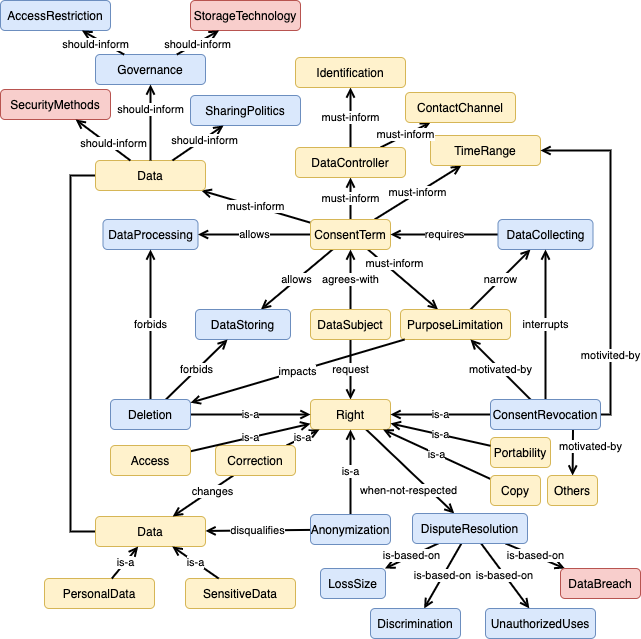
The draw.io diagram img/DataBreachImpact.png in phalves/GoDReP, before a commit. Source tidied: cells renumbered, new cells last; positions are measured from the earlier drawing's top-left corner, leaving out a move shared by most shapes.
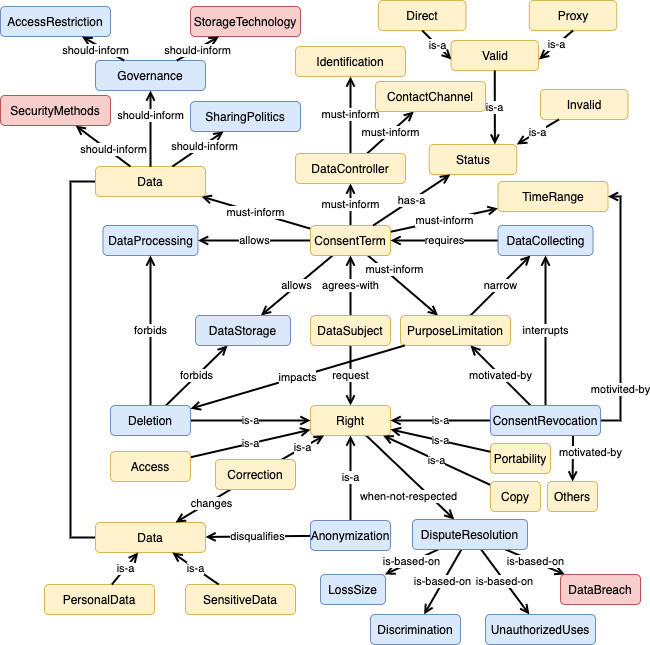
After the commit.

Commit message:
Updating the scenario impact images

The edit, as a diff of the source:
```diff
@@ -33,7 +33,7 @@
       <mxGeometry x="400" y="309" width="110" height="30" as="geometry" />
     </mxCell>
     <mxCell id="12" value="TimeRange" style="rounded=1;whiteSpace=wrap;html=1;fillColor=#fff2cc;strokeColor=#d6b656;" parent="1" vertex="1">
-      <mxGeometry x="430" y="135" width="110" height="30" as="geometry" />
+      <mxGeometry x="497.5" y="175" width="110" height="30" as="geometry" />
     </mxCell>
     <mxCell id="13" value="must-inform" style="edgeStyle=none;rounded=0;jettySize=auto;html=1;endArrow=open;endFill=0;strokeWidth=2;" parent="1" edge="1" source="15" target="19">
       <mxGeometry relative="1" as="geometry" />
@@ -59,10 +59,10 @@
       <mxGeometry relative="1" as="geometry" />
     </mxCell>
     <mxCell id="19" value="Identification" style="rounded=1;whiteSpace=wrap;html=1;fillColor=#fff2cc;strokeColor=#d6b656;" parent="1" vertex="1">
-      <mxGeometry x="295" y="57" width="110" height="30" as="geometry" />
+      <mxGeometry x="295" y="40" width="110" height="30" as="geometry" />
     </mxCell>
     <mxCell id="20" value="ContactChannel" style="rounded=1;whiteSpace=wrap;html=1;fillColor=#fff2cc;strokeColor=#d6b656;" parent="1" vertex="1">
-      <mxGeometry x="405" y="92" width="110" height="30" as="geometry" />
+      <mxGeometry x="375" y="75" width="110" height="30" as="geometry" />
     </mxCell>
     <mxCell id="21" value="Data" style="rounded=1;whiteSpace=wrap;html=1;fillColor=#fff2cc;strokeColor=#d6b656;" parent="1" vertex="1">
       <mxGeometry x="95" y="516" width="110" height="30" as="geometry" />
@@ -88,7 +88,7 @@
     <mxCell id="28" value="DataCollecting" style="rounded=1;whiteSpace=wrap;html=1;fillColor=#dae8fc;strokeColor=#6c8ebf;" parent="1" vertex="1">
       <mxGeometry x="497.5" y="219" width="95" height="30" as="geometry" />
     </mxCell>
-    <mxCell id="29" value="DataStoring" style="rounded=1;whiteSpace=wrap;html=1;fillColor=#dae8fc;strokeColor=#6c8ebf;" parent="1" vertex="1">
+    <mxCell id="29" value="DataStorage" style="rounded=1;whiteSpace=wrap;html=1;fillColor=#dae8fc;strokeColor=#6c8ebf;" parent="1" vertex="1">
       <mxGeometry x="195" y="309" width="95" height="30" as="geometry" />
     </mxCell>
     <mxCell id="30" value="is-a" style="edgeStyle=none;rounded=0;jettySize=auto;html=1;endArrow=open;endFill=0;strokeWidth=2;" parent="1" edge="1" source="35" target="26">
@@ -103,8 +103,8 @@
     <mxCell id="33" value="motivited-by" style="edgeStyle=none;rounded=0;jettySize=auto;html=1;endArrow=open;endFill=0;strokeWidth=2;" parent="1" edge="1" source="35" target="12">
       <mxGeometry x="-0.6" relative="1" as="geometry">
         <Array as="points">
-          <mxPoint x="610" y="414" />
-          <mxPoint x="610" y="150" />
+          <mxPoint x="620" y="414" />
+          <mxPoint x="620" y="190" />
         </Array>
       </mxGeometry>
     </mxCell>
@@ -130,7 +130,7 @@
       <mxGeometry x="-0.29" y="2" relative="1" as="geometry" />
     </mxCell>
     <mxCell id="41" value="Correction" style="rounded=1;whiteSpace=wrap;html=1;fillColor=#fff2cc;strokeColor=#d6b656;" parent="1" vertex="1">
-      <mxGeometry x="215" y="445" width="80" height="30" as="geometry" />
+      <mxGeometry x="215" y="453" width="80" height="30" as="geometry" />
     </mxCell>
     <mxCell id="42" value="is-a" style="edgeStyle=none;rounded=0;jettySize=auto;html=1;endArrow=open;endFill=0;strokeWidth=2;" parent="1" edge="1" source="45" target="26">
       <mxGeometry relative="1" as="geometry" />
@@ -240,5 +240,39 @@
     <mxCell id="77" value="impacts" style="edgeStyle=none;rounded=0;jettySize=auto;html=1;endArrow=open;endFill=0;strokeWidth=2;" parent="1" edge="1" source="11" target="45">
       <mxGeometry relative="1" as="geometry" />
     </mxCell>
+    <mxCell id="78" value="Status" style="rounded=1;whiteSpace=wrap;html=1;fillColor=#fff2cc;strokeColor=#d6b656;" parent="1" vertex="1">
+      <mxGeometry x="428.8" y="138" width="87.5" height="30" as="geometry" />
+    </mxCell>
+    <mxCell id="79" value="has-a" style="edgeStyle=none;rounded=0;jettySize=auto;html=1;endArrow=open;endFill=0;strokeWidth=2;" parent="1" edge="1" source="9" target="78">
+      <mxGeometry relative="1" as="geometry" />
+    </mxCell>
+    <mxCell id="80" value="Valid" style="rounded=1;whiteSpace=wrap;html=1;fillColor=#fff2cc;strokeColor=#d6b656;" parent="1" vertex="1">
+      <mxGeometry x="450.5" y="34" width="87.5" height="30" as="geometry" />
+    </mxCell>
+    <mxCell id="81" value="Invalid" style="rounded=1;whiteSpace=wrap;html=1;fillColor=#fff2cc;strokeColor=#d6b656;" parent="1" vertex="1">
+      <mxGeometry x="540" y="83" width="87.5" height="30" as="geometry" />
+    </mxCell>
+    <mxCell id="82" value="is-a" style="edgeStyle=none;rounded=0;jettySize=auto;html=1;endArrow=open;endFill=0;strokeWidth=2;entryX=0.75;entryY=0;entryDx=0;entryDy=0;" parent="1" edge="1" source="80" target="78">
+      <mxGeometry relative="1" as="geometry" />
+    </mxCell>
+    <mxCell id="83" value="is-a" style="edgeStyle=none;rounded=0;jettySize=auto;html=1;endArrow=open;endFill=0;strokeWidth=2;entryX=1;entryY=0;entryDx=0;entryDy=0;" parent="1" edge="1" source="81" target="78">
+      <mxGeometry relative="1" as="geometry" />
+    </mxCell>
+    <mxCell id="84" value="Direct" style="rounded=1;whiteSpace=wrap;html=1;fillColor=#fff2cc;strokeColor=#d6b656;" parent="1" vertex="1">
+      <mxGeometry x="378" y="-6" width="87.5" height="30" as="geometry" />
+    </mxCell>
+    <mxCell id="85" value="Proxy" style="rounded=1;whiteSpace=wrap;html=1;fillColor=#fff2cc;strokeColor=#d6b656;" parent="1" vertex="1">
+      <mxGeometry x="528.8" y="-6" width="87.5" height="30" as="geometry" />
+    </mxCell>
+    <mxCell id="86" value="is-a" style="edgeStyle=none;rounded=0;jettySize=auto;html=1;endArrow=open;endFill=0;strokeWidth=2;exitX=0.5;exitY=1;exitDx=0;exitDy=0;entryX=0;entryY=0.5;entryDx=0;entryDy=0;" parent="1" edge="1" source="84">
+      <mxGeometry relative="1" as="geometry">
+        <mxPoint x="451" y="53" as="targetPoint" />
+      </mxGeometry>
+    </mxCell>
+    <mxCell id="87" value="is-a" style="edgeStyle=none;rounded=0;jettySize=auto;html=1;endArrow=open;endFill=0;strokeWidth=2;exitX=0.5;exitY=1;exitDx=0;exitDy=0;entryX=1;entryY=0.5;entryDx=0;entryDy=0;" parent="1" edge="1" source="85">
+      <mxGeometry relative="1" as="geometry">
+        <mxPoint x="538.5" y="53" as="targetPoint" />
+      </mxGeometry>
+    </mxCell>
   </root>
 </mxGraphModel>
```
